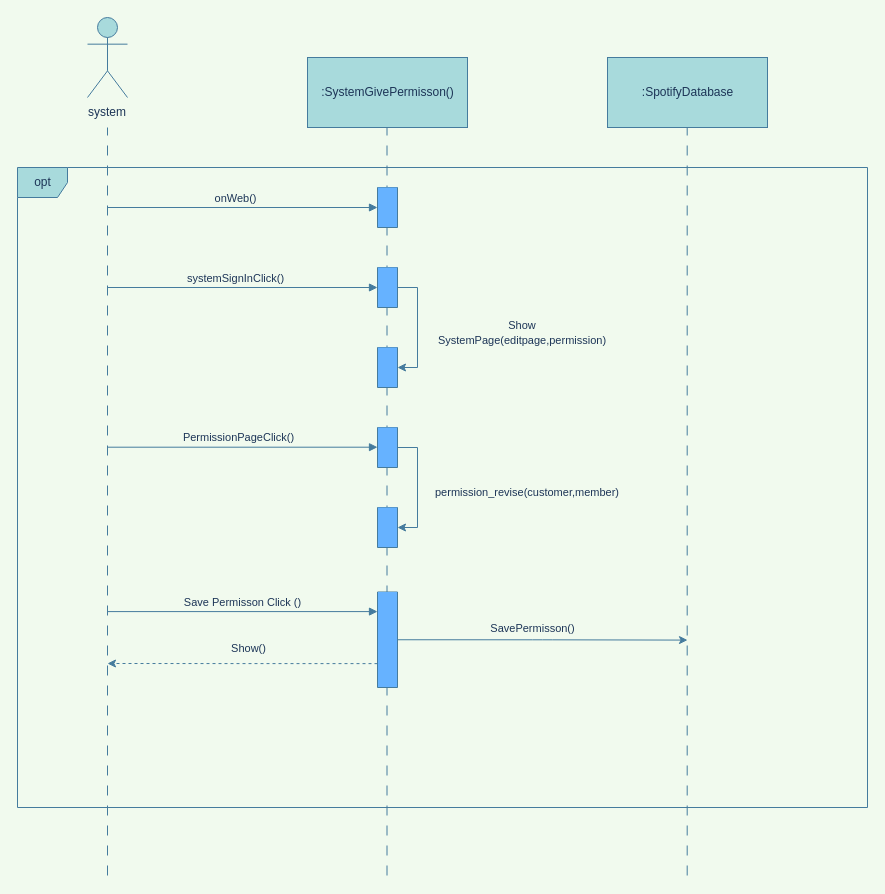
This is page "帳號權限(圖8)" (10 of 12) of Sequential diagram.drawio from 35596035/End-of-period-project, a draw.io file, before an edit. Source tidied: cells renumbered, new cells numbered last; positions are measured from the earlier drawing's top-left corner, leaving out a move shared by most shapes. Both pictures are drawn from the tidied source at 100%, with x=0, y=0 at pixel (17, 17).
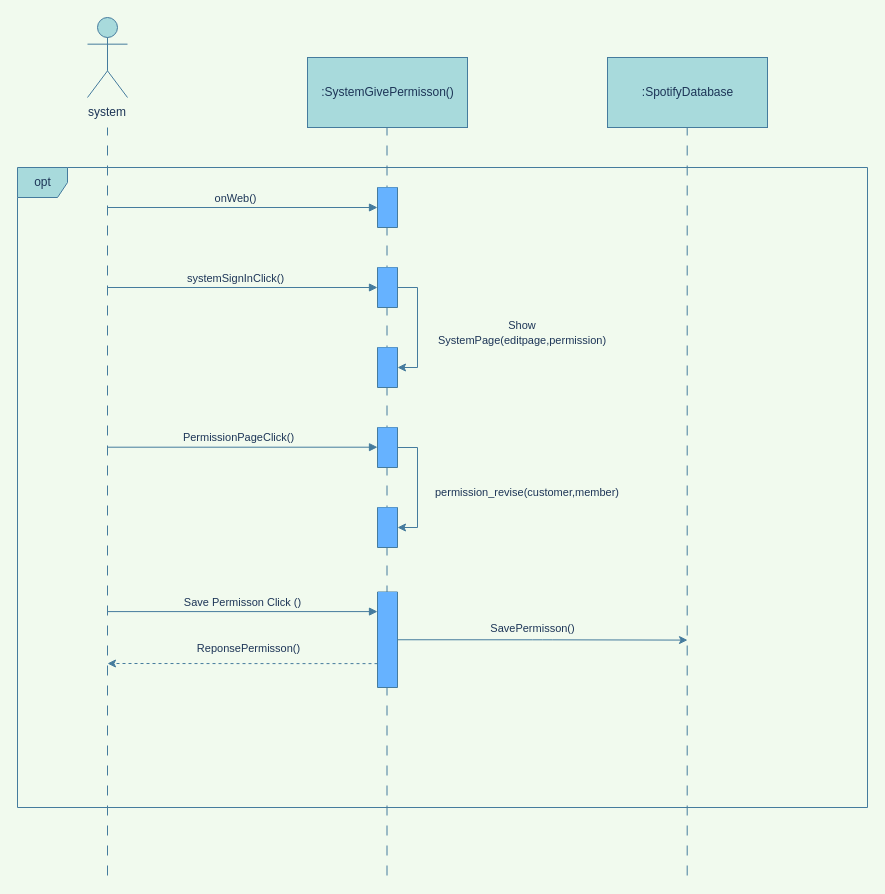
The same diagram, later.

The change refers to these unchanged cells:
```xml
<mxCell id="21" style="edgeStyle=orthogonalEdgeStyle;curved=0;rounded=1;sketch=0;jettySize=auto;html=1;exitX=0;exitY=0.75;exitDx=0;exitDy=0;fontColor=#1D3557;strokeColor=#457B9D;fillColor=#A8DADC;dashed=1;" parent="1" edge="1" source="23">
  <mxGeometry relative="1" as="geometry">
    <mxPoint x="90" y="646" as="targetPoint" />
  </mxGeometry>
</mxCell>
```

What changed in the source:
```diff
@@
-    <mxCell id="22" value="Show()" style="edgeLabel;html=1;align=center;verticalAlign=middle;fontColor=#1D3557;labelBackgroundColor=none;" parent="21" vertex="1">
+    <mxCell id="22" value="ReponsePermisson()" style="edgeLabel;html=1;align=center;verticalAlign=middle;fontColor=#1D3557;labelBackgroundColor=none;" parent="21" vertex="1">
       <mxGeometry x="-0.17" y="-3" relative="1" as="geometry">
         <mxPoint x="-18" y="-13" as="offset" />
       </mxGeometry>
     </mxCell>
```
